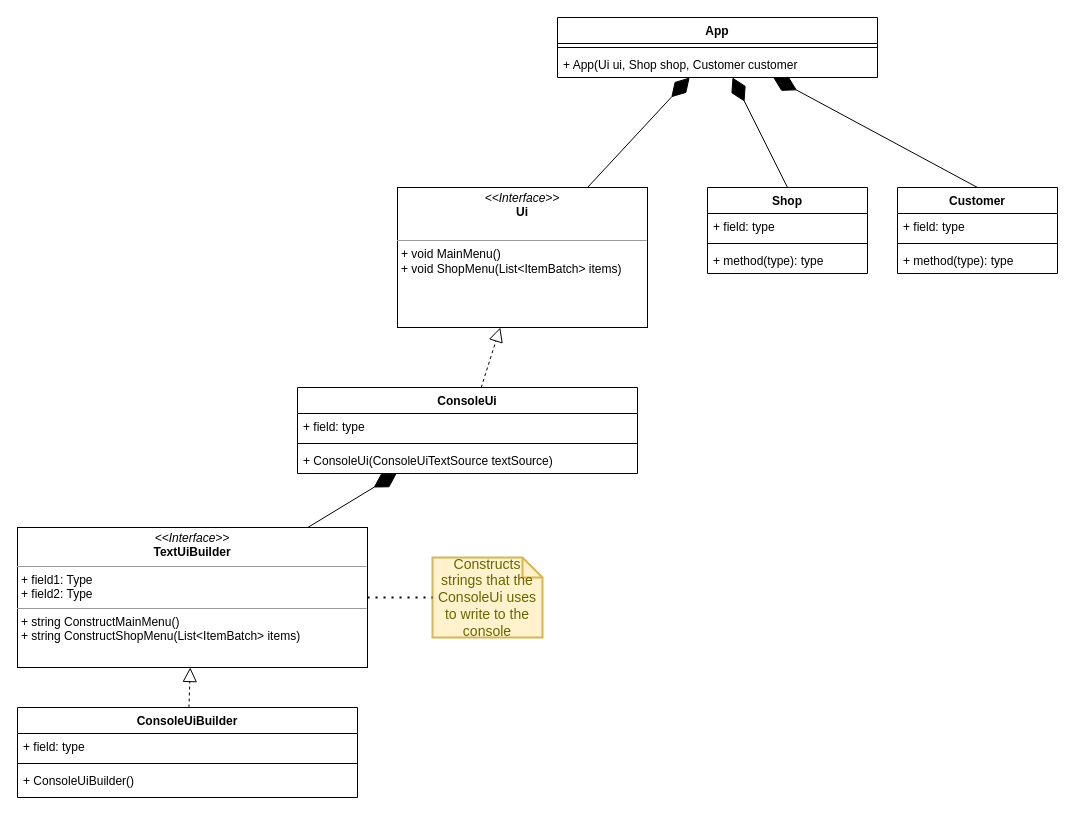
Above: doc/Design.drawio in mirogon/TddShop (draw.io), before the change. Source tidied: cells renumbered, new cells numbered last; positions are measured from the earlier drawing's top-left corner, leaving out a move shared by most shapes. Both pictures are drawn from the tidied source at 100%, with x=0, y=0 at pixel (17, 17).
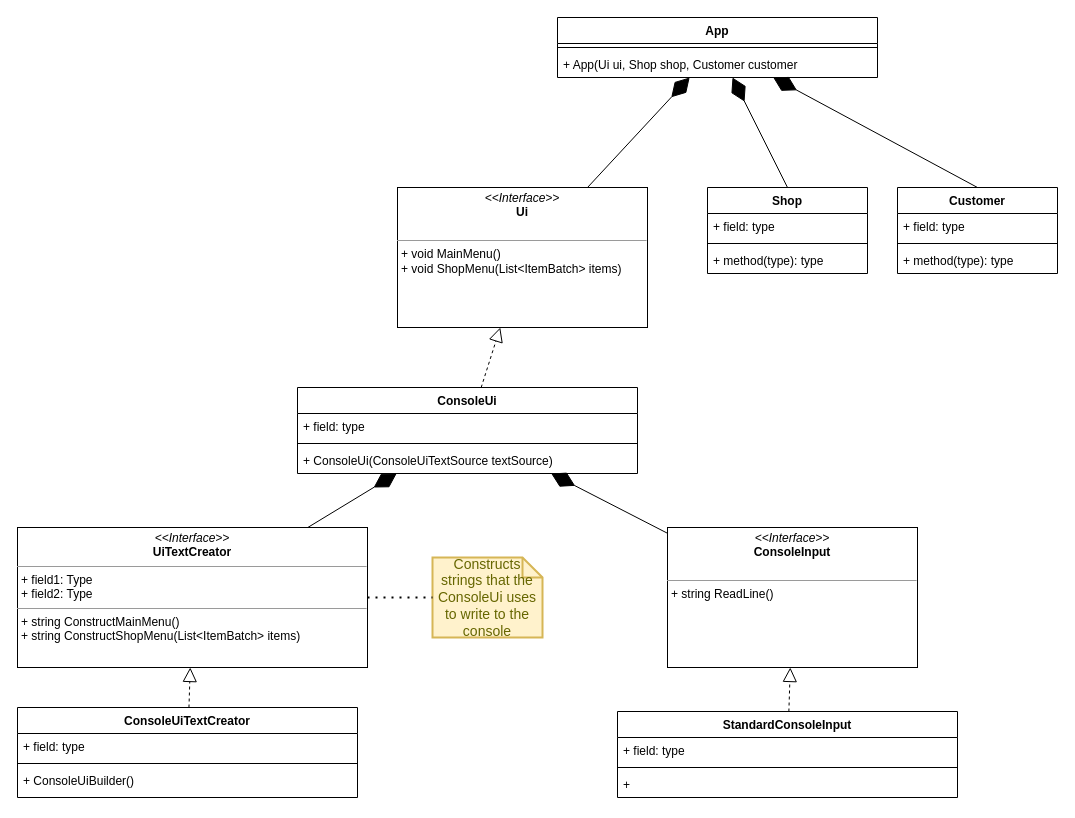
After the change.

The change refers to these unchanged cells:
```xml
<mxCell id="18" value="ConsoleUi" style="swimlane;fontStyle=1;align=center;verticalAlign=top;horizontal=1;startSize=26;" parent="1" vertex="1">
  <mxGeometry x="280" y="370" width="340" height="86" as="geometry" />
</mxCell>
```

Change to the diagram source:
```diff
@@
-    <mxCell id="22" value="ConsoleUiBuilder" style="swimlane;fontStyle=1;align=center;verticalAlign=top;horizontal=1;startSize=26;" parent="1" vertex="1">
+    <mxCell id="22" value="ConsoleUiTextCreator" style="swimlane;fontStyle=1;align=center;verticalAlign=top;horizontal=1;startSize=26;" parent="1" vertex="1">
       <mxGeometry y="690" width="340" height="90" as="geometry" />
     </mxCell>
@@
-    <mxCell id="29" value="&lt;p style=&quot;margin: 0px ; margin-top: 4px ; text-align: center&quot;&gt;&lt;i&gt;&amp;lt;&amp;lt;Interface&amp;gt;&amp;gt;&lt;/i&gt;&lt;br&gt;&lt;b&gt;TextUiBuilder&lt;/b&gt;&lt;/p&gt;&lt;hr size=&quot;1&quot;&gt;&lt;p style=&quot;margin: 0px ; margin-left: 4px&quot;&gt;+ field1: Type&lt;br&gt;+ field2: Type&lt;/p&gt;&lt;hr size=&quot;1&quot;&gt;&lt;p style=&quot;margin: 0px ; margin-left: 4px&quot;&gt;+ string ConstructMainMenu()&lt;br style=&quot;padding: 0px ; margin: 0px&quot;&gt;+ string ConstructShopMenu(List&amp;lt;ItemBatch&amp;gt; items)&lt;br&gt;&lt;/p&gt;" style="verticalAlign=top;align=left;overflow=fill;fontSize=12;fontFamily=Helvetica;html=1;" parent="1" vertex="1">
+    <mxCell id="29" value="&lt;p style=&quot;margin: 0px ; margin-top: 4px ; text-align: center&quot;&gt;&lt;i&gt;&amp;lt;&amp;lt;Interface&amp;gt;&amp;gt;&lt;/i&gt;&lt;br&gt;&lt;b&gt;UiTextCreator&lt;/b&gt;&lt;/p&gt;&lt;hr size=&quot;1&quot;&gt;&lt;p style=&quot;margin: 0px ; margin-left: 4px&quot;&gt;+ field1: Type&lt;br&gt;+ field2: Type&lt;/p&gt;&lt;hr size=&quot;1&quot;&gt;&lt;p style=&quot;margin: 0px ; margin-left: 4px&quot;&gt;+ string ConstructMainMenu()&lt;br style=&quot;padding: 0px ; margin: 0px&quot;&gt;+ string ConstructShopMenu(List&amp;lt;ItemBatch&amp;gt; items)&lt;br&gt;&lt;/p&gt;" style="verticalAlign=top;align=left;overflow=fill;fontSize=12;fontFamily=Helvetica;html=1;" parent="1" vertex="1">
       <mxGeometry y="510" width="350" height="140" as="geometry" />
     </mxCell>
@@
+    <mxCell id="31" value="StandardConsoleInput" style="swimlane;fontStyle=1;align=center;verticalAlign=top;horizontal=1;startSize=26;" parent="1" vertex="1">
+      <mxGeometry x="600" y="694" width="340" height="86" as="geometry" />
+    </mxCell>
+    <mxCell id="32" value="+ field: type" style="text;strokeColor=none;fillColor=none;align=left;verticalAlign=top;spacingLeft=4;spacingRight=4;overflow=hidden;" parent="31" vertex="1">
+      <mxGeometry y="26" width="340" height="26" as="geometry" />
+    </mxCell>
+    <mxCell id="33" style="line;strokeWidth=1;fillColor=none;align=left;verticalAlign=middle;spacingTop=-1;spacingLeft=3;spacingRight=3;labelPosition=right;" parent="31" vertex="1">
+      <mxGeometry y="52" width="340" height="8" as="geometry" />
+    </mxCell>
+    <mxCell id="34" value="+ " style="text;strokeColor=none;fillColor=none;align=left;verticalAlign=top;spacingLeft=4;spacingRight=4;overflow=hidden;" parent="31" vertex="1">
+      <mxGeometry y="60" width="340" height="26" as="geometry" />
+    </mxCell>
+    <mxCell id="35" value="&lt;p style=&quot;margin: 0px ; margin-top: 4px ; text-align: center&quot;&gt;&lt;i&gt;&amp;lt;&amp;lt;Interface&amp;gt;&amp;gt;&lt;/i&gt;&lt;br&gt;&lt;b&gt;ConsoleInput&lt;/b&gt;&lt;/p&gt;&lt;p style=&quot;margin: 0px ; margin-left: 4px&quot;&gt;&lt;br&gt;&lt;/p&gt;&lt;hr size=&quot;1&quot;&gt;&lt;p style=&quot;margin: 0px ; margin-left: 4px&quot;&gt;+ string ReadLine()&lt;br&gt;&lt;/p&gt;" style="verticalAlign=top;align=left;overflow=fill;fontSize=12;fontFamily=Helvetica;html=1;" parent="1" vertex="1">
+      <mxGeometry x="650" y="510" width="250" height="140" as="geometry" />
+    </mxCell>
+    <mxCell id="36" style="endArrow=block;dashed=1;endFill=0;endSize=12;html=1;rounded=0;" parent="1" edge="1" source="31" target="35">
+      <mxGeometry relative="1" as="geometry" />
+    </mxCell>
+    <mxCell id="37" style="endArrow=diamondThin;endFill=1;endSize=24;html=1;rounded=0;" parent="1" edge="1" source="35" target="18">
+      <mxGeometry relative="1" as="geometry" />
+    </mxCell>
```
